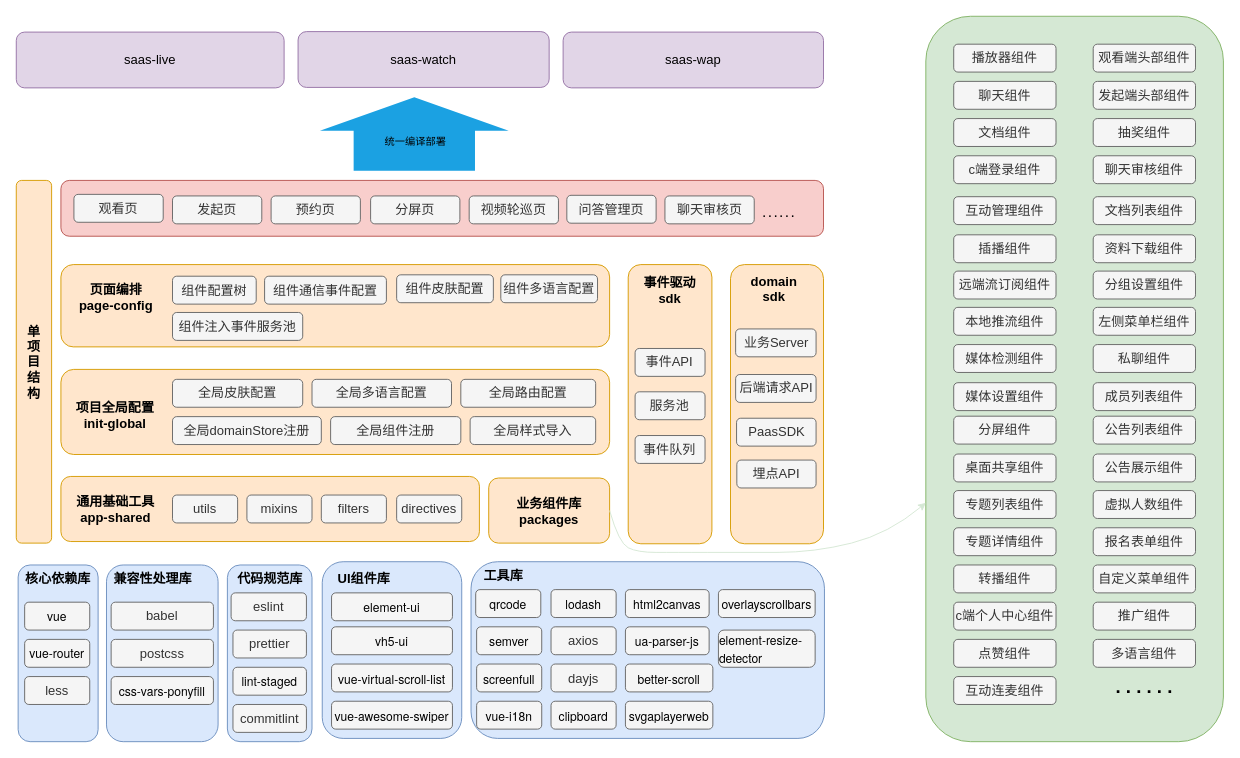
github-zoqg/vhall-platform keeps this draw.io diagram as docs/platform项目架构.drawio. Above is the earlier version. Source tidied: cells renumbered, new cells numbered last; positions are measured from the earlier drawing's top-left corner, leaving out a move shared by most shapes. Both pictures are drawn from the tidied source at 93%, with x=0, y=0 at pixel (16, 16).
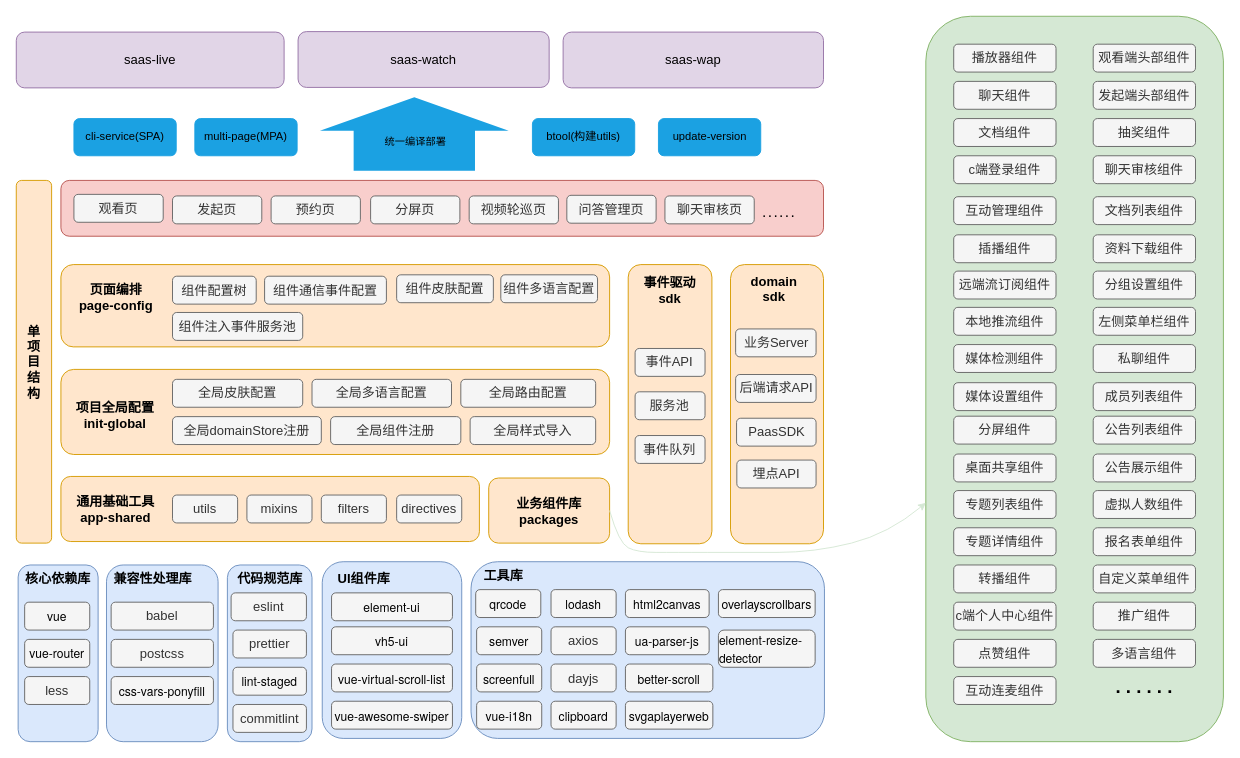
The same diagram, later.

Commit message (it also covers changes not shown here):
docs: 更新项目架构

Change to the diagram source:
```diff
@@
+    <mxCell id="127" value="cli-service(SPA)" style="rounded=1;whiteSpace=wrap;html=1;fillColor=#1BA1E2;strokeColor=#1BA1E2;" parent="1" vertex="1">
+      <mxGeometry x="62" y="110" width="110" height="40" as="geometry" />
+    </mxCell>
+    <mxCell id="128" value="multi-page(MPA)" style="rounded=1;whiteSpace=wrap;html=1;fillColor=#1BA1E2;strokeColor=#1BA1E2;" parent="1" vertex="1">
+      <mxGeometry x="192" y="110" width="110" height="40" as="geometry" />
+    </mxCell>
+    <mxCell id="129" value="btool(构建utils)" style="rounded=1;whiteSpace=wrap;html=1;fillColor=#1BA1E2;strokeColor=#1BA1E2;" parent="1" vertex="1">
+      <mxGeometry x="555" y="110" width="110" height="40" as="geometry" />
+    </mxCell>
+    <mxCell id="130" value="update-version" style="rounded=1;whiteSpace=wrap;html=1;fillColor=#1BA1E2;strokeColor=#1BA1E2;" parent="1" vertex="1">
+      <mxGeometry x="690.5" y="110" width="110" height="40" as="geometry" />
+    </mxCell>
```
